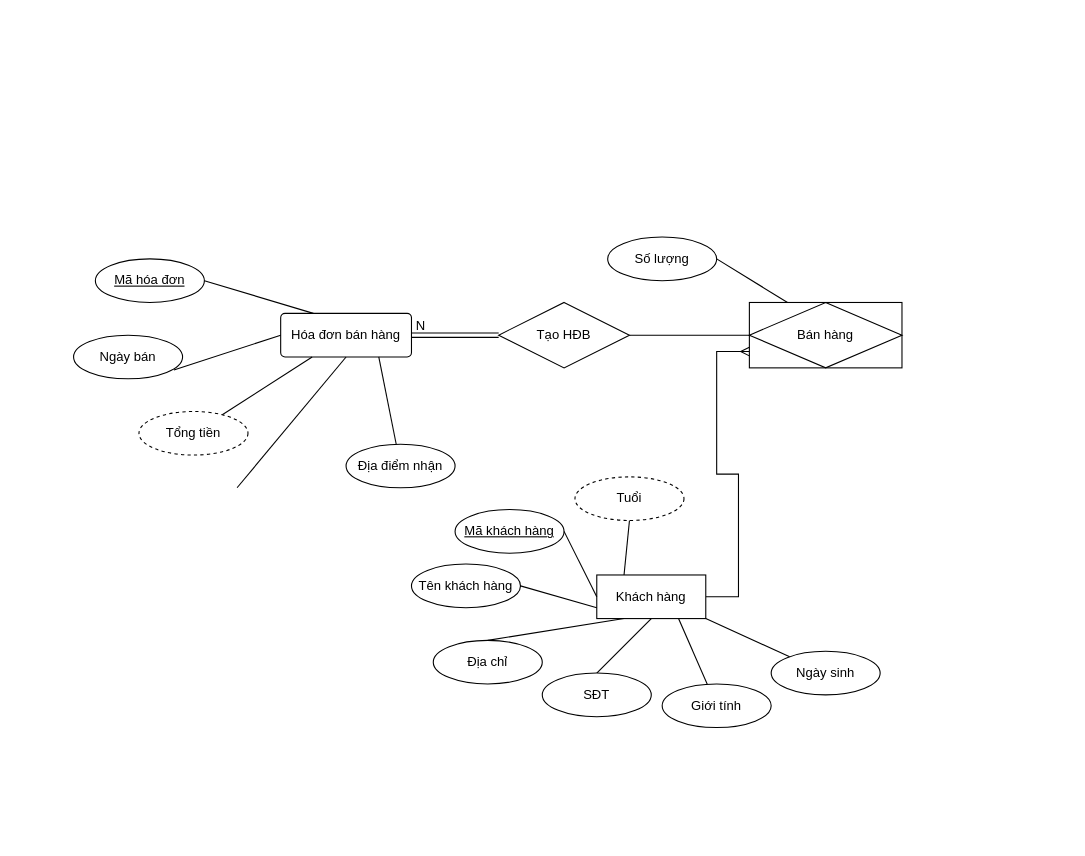
Before: Diagram1.drawio in Senorita1610/67, a draw.io diagram. Source tidied: cells renumbered, new cells numbered last; positions are measured from the earlier drawing's top-left corner, leaving out a move shared by most shapes. Both pictures are drawn from the tidied source at 109%, with x=0, y=0 at pixel (73, 237).
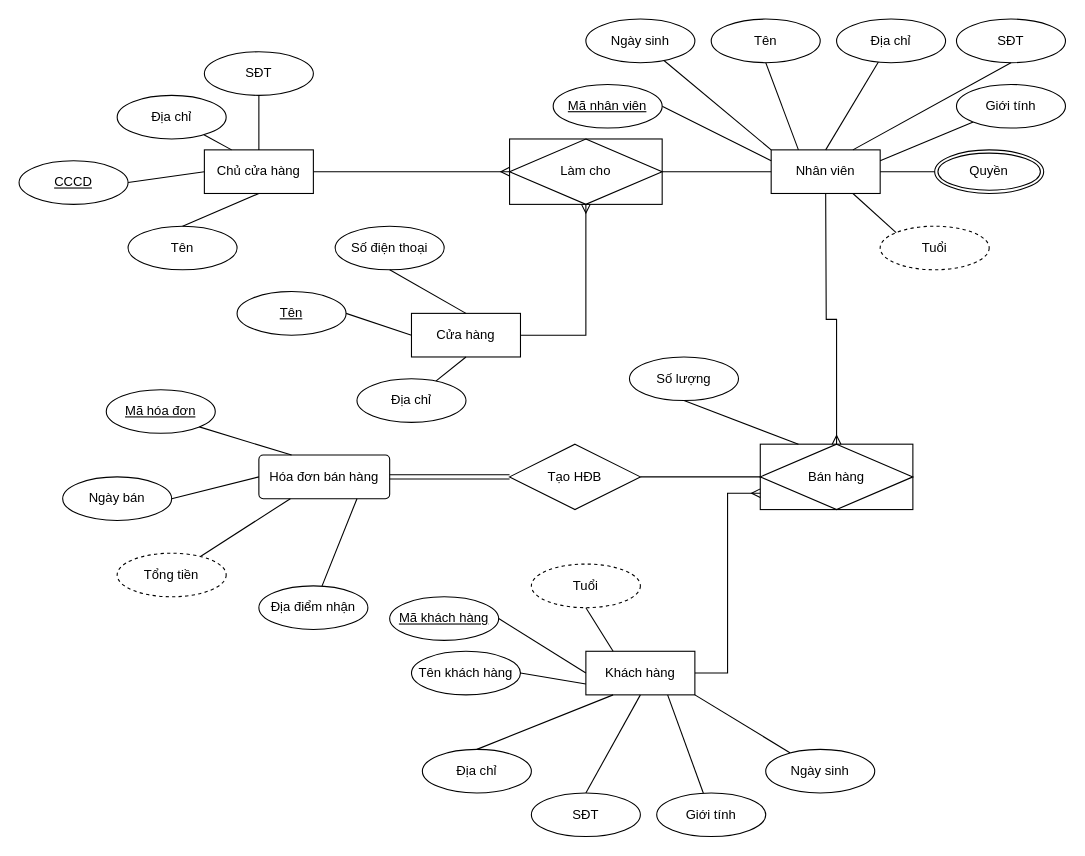
The same page after the edit.

Diff of the diagram source:
```diff
@@
     <mxCell id="2" value="Hóa đơn bán hàng" style="rounded=1;arcSize=10;whiteSpace=wrap;html=1;align=center;shadow=0;" parent="1" vertex="1">
-      <mxGeometry x="190" y="70" width="120" height="40" as="geometry" />
+      <mxGeometry x="170" y="200" width="120" height="40" as="geometry" />
     </mxCell>
     <mxCell id="3" value="Bán hàng" style="shape=associativeEntity;whiteSpace=wrap;html=1;align=center;" parent="1" vertex="1">
-      <mxGeometry x="620" y="60" width="140" height="60" as="geometry" />
+      <mxGeometry x="630" y="190" width="140" height="60" as="geometry" />
     </mxCell>
     <mxCell id="4" value="Tạo HĐB" style="shape=rhombus;perimeter=rhombusPerimeter;whiteSpace=wrap;html=1;align=center;" parent="1" vertex="1">
-      <mxGeometry x="390" y="60" width="120" height="60" as="geometry" />
+      <mxGeometry x="400" y="190" width="120" height="60" as="geometry" />
     </mxCell>
-    <mxCell id="5" style="shape=link;html=1;rounded=0;exitX=0;exitY=0.5;exitDx=0;exitDy=0;" parent="1" edge="1" source="4">
-      <mxGeometry relative="1" as="geometry">
-        <mxPoint x="310" y="90" as="targetPoint" />
-      </mxGeometry>
+    <mxCell id="5" style="shape=link;html=1;rounded=0;exitX=0;exitY=0.5;exitDx=0;exitDy=0;entryX=1;entryY=0.5;entryDx=0;entryDy=0;" parent="1" edge="1" source="4" target="2">
+      <mxGeometry relative="1" as="geometry" />
     </mxCell>
-    <mxCell id="6" value="N" style="html=1;align=right;verticalAlign=bottom;" parent="5" vertex="1">
-      <mxGeometry x="1" relative="1" as="geometry">
-        <mxPoint x="13" as="offset" />
-      </mxGeometry>
-    </mxCell>
@@
     <mxCell id="9" value="Địa điểm nhận" style="ellipse;whiteSpace=wrap;html=1;align=center;shadow=0;" parent="1" vertex="1">
-      <mxGeometry x="250" y="190" width="100" height="40" as="geometry" />
+      <mxGeometry x="170" y="320" width="100" height="40" as="geometry" />
     </mxCell>
@@
     <mxCell id="11" value="Tổng tiền" style="ellipse;whiteSpace=wrap;html=1;align=center;dashed=1;shadow=0;" parent="1" vertex="1">
-      <mxGeometry x="60" y="160" width="100" height="40" as="geometry" />
+      <mxGeometry x="40" y="290" width="100" height="40" as="geometry" />
     </mxCell>
-    <mxCell id="12" style="endArrow=none;html=1;rounded=0;entryX=0.5;entryY=1;entryDx=0;entryDy=0;" parent="1" edge="1" target="2">
-      <mxGeometry relative="1" as="geometry">
-        <mxPoint x="150" y="230" as="sourcePoint" />
-      </mxGeometry>
-    </mxCell>
     <mxCell id="13" value="Ngày bán" style="ellipse;whiteSpace=wrap;html=1;align=center;shadow=0;" parent="1" vertex="1">
-      <mxGeometry y="90" width="100" height="40" as="geometry" />
+      <mxGeometry x="-10" y="220" width="100" height="40" as="geometry" />
     </mxCell>
-    <mxCell id="14" style="endArrow=none;html=1;rounded=0;exitX=0.92;exitY=0.8;exitDx=0;exitDy=0;exitPerimeter=0;entryX=0;entryY=0.5;entryDx=0;entryDy=0;" parent="1" edge="1" source="13" target="2">
+    <mxCell id="14" style="endArrow=none;html=1;rounded=0;exitX=1;exitY=0.5;exitDx=0;exitDy=0;entryX=0;entryY=0.5;entryDx=0;entryDy=0;" parent="1" edge="1" source="13" target="2">
       <mxGeometry relative="1" as="geometry" />
     </mxCell>
     <mxCell id="15" value="Mã hóa đơn" style="ellipse;whiteSpace=wrap;html=1;align=center;fontStyle=4;shadow=0;" parent="1" vertex="1">
-      <mxGeometry x="20" y="20" width="100" height="40" as="geometry" />
+      <mxGeometry x="30" y="140" width="100" height="40" as="geometry" />
     </mxCell>
-    <mxCell id="16" style="endArrow=none;html=1;rounded=0;entryX=0.25;entryY=0;entryDx=0;entryDy=0;exitX=1;exitY=0.5;exitDx=0;exitDy=0;" parent="1" edge="1" source="15" target="2">
+    <mxCell id="16" style="endArrow=none;html=1;rounded=0;entryX=0.25;entryY=0;entryDx=0;entryDy=0;exitX=1;exitY=1;exitDx=0;exitDy=0;" parent="1" edge="1" source="15" target="2">
       <mxGeometry relative="1" as="geometry" />
     </mxCell>
@@
     <mxCell id="18" value="Khách hàng" style="whiteSpace=wrap;html=1;align=center;shadow=0;" parent="1" vertex="1">
-      <mxGeometry x="480" y="310" width="100" height="40" as="geometry" />
+      <mxGeometry x="470" y="380" width="100" height="40" as="geometry" />
     </mxCell>
-    <mxCell id="19" style="endArrow=none;html=1;rounded=0;strokeColor=default;entryX=0.25;entryY=0;entryDx=0;entryDy=0;exitX=1;exitY=0.5;exitDx=0;exitDy=0;" parent="1" edge="1" source="20" target="3">
+    <mxCell id="19" style="endArrow=none;html=1;rounded=0;strokeColor=default;entryX=0.25;entryY=0;entryDx=0;entryDy=0;exitX=0.5;exitY=1;exitDx=0;exitDy=0;" parent="1" edge="1" source="20" target="3">
       <mxGeometry relative="1" as="geometry" />
     </mxCell>
     <mxCell id="20" value="Số lượng" style="ellipse;whiteSpace=wrap;html=1;align=center;shadow=0;" parent="1" vertex="1">
-      <mxGeometry x="490" width="100" height="40" as="geometry" />
+      <mxGeometry x="510" y="110" width="100" height="40" as="geometry" />
     </mxCell>
     <mxCell id="21" value="Tuổi" style="ellipse;whiteSpace=wrap;html=1;align=center;dashed=1;shadow=0;" parent="1" vertex="1">
-      <mxGeometry x="460" y="220" width="100" height="40" as="geometry" />
+      <mxGeometry x="420" y="300" width="100" height="40" as="geometry" />
     </mxCell>
@@
     <mxCell id="23" value="Mã khách hàng" style="ellipse;whiteSpace=wrap;html=1;align=center;fontStyle=4;shadow=0;" parent="1" vertex="1">
-      <mxGeometry x="350" y="250" width="100" height="40" as="geometry" />
+      <mxGeometry x="290" y="330" width="100" height="40" as="geometry" />
     </mxCell>
@@
     <mxCell id="25" value="Tên khách hàng" style="ellipse;whiteSpace=wrap;html=1;align=center;shadow=0;" parent="1" vertex="1">
-      <mxGeometry x="310" y="300" width="100" height="40" as="geometry" />
+      <mxGeometry x="310" y="380" width="100" height="40" as="geometry" />
     </mxCell>
@@
     <mxCell id="27" value="Địa chỉ" style="ellipse;whiteSpace=wrap;html=1;align=center;shadow=0;" parent="1" vertex="1">
-      <mxGeometry x="330" y="370" width="100" height="40" as="geometry" />
+      <mxGeometry x="320" y="470" width="100" height="40" as="geometry" />
     </mxCell>
@@
     <mxCell id="30" value="SĐT" style="ellipse;whiteSpace=wrap;html=1;align=center;shadow=0;" parent="1" vertex="1">
-      <mxGeometry x="430" y="400" width="100" height="40" as="geometry" />
+      <mxGeometry x="420" y="510" width="100" height="40" as="geometry" />
     </mxCell>
@@
     <mxCell id="32" value="Giới tính" style="ellipse;whiteSpace=wrap;html=1;align=center;shadow=0;" parent="1" vertex="1">
-      <mxGeometry x="540" y="410" width="100" height="40" as="geometry" />
+      <mxGeometry x="535" y="510" width="100" height="40" as="geometry" />
     </mxCell>
@@
     <mxCell id="34" value="Ngày sinh" style="ellipse;whiteSpace=wrap;html=1;align=center;shadow=0;direction=west;" parent="1" vertex="1">
-      <mxGeometry x="640" y="380" width="100" height="40" as="geometry" />
+      <mxGeometry x="635" y="470" width="100" height="40" as="geometry" />
     </mxCell>
+    <mxCell id="35" style="edgeStyle=orthogonalEdgeStyle;fontSize=12;html=1;endArrow=ERmany;rounded=0;elbow=vertical;entryX=0.5;entryY=0;entryDx=0;entryDy=0;" parent="1" edge="1" target="3">
+      <mxGeometry relative="1" as="geometry">
+        <mxPoint x="690" y="-40" as="sourcePoint" />
+      </mxGeometry>
+    </mxCell>
+    <mxCell id="36" value="Nhân viên" style="whiteSpace=wrap;html=1;align=center;" parent="1" vertex="1">
+      <mxGeometry x="640" y="-80" width="100" height="40" as="geometry" />
+    </mxCell>
+    <mxCell id="37" value="Tuổi" style="ellipse;whiteSpace=wrap;html=1;align=center;dashed=1;" parent="1" vertex="1">
+      <mxGeometry x="740" y="-10" width="100" height="40" as="geometry" />
+    </mxCell>
+    <mxCell id="38" value="Quyền" style="ellipse;shape=doubleEllipse;margin=3;whiteSpace=wrap;html=1;align=center;" parent="1" vertex="1">
+      <mxGeometry x="790" y="-80" width="100" height="40" as="geometry" />
+    </mxCell>
+    <mxCell id="39" style="endArrow=none;html=1;rounded=0;elbow=vertical;exitX=0.75;exitY=1;exitDx=0;exitDy=0;entryX=0;entryY=0;entryDx=0;entryDy=0;" parent="1" edge="1" source="36" target="37">
+      <mxGeometry relative="1" as="geometry" />
+    </mxCell>
+    <mxCell id="40" style="endArrow=none;html=1;rounded=0;elbow=vertical;exitX=1;exitY=0.5;exitDx=0;exitDy=0;" parent="1" edge="1" source="36" target="38">
+      <mxGeometry relative="1" as="geometry" />
+    </mxCell>
+    <mxCell id="41" style="endArrow=none;html=1;rounded=0;elbow=vertical;exitX=1;exitY=0.25;exitDx=0;exitDy=0;" parent="1" edge="1" source="36" target="42">
+      <mxGeometry relative="1" as="geometry" />
+    </mxCell>
+    <mxCell id="42" value="Giới tính" style="ellipse;whiteSpace=wrap;html=1;align=center;" parent="1" vertex="1">
+      <mxGeometry x="810" y="-140" width="100" height="40" as="geometry" />
+    </mxCell>
+    <mxCell id="43" value="SĐT" style="ellipse;whiteSpace=wrap;html=1;align=center;" parent="1" vertex="1">
+      <mxGeometry x="810" y="-200" width="100" height="40" as="geometry" />
+    </mxCell>
+    <mxCell id="44" style="endArrow=none;html=1;rounded=0;elbow=vertical;exitX=0.75;exitY=0;exitDx=0;exitDy=0;entryX=0.5;entryY=1;entryDx=0;entryDy=0;" parent="1" edge="1" source="36" target="43">
+      <mxGeometry relative="1" as="geometry" />
+    </mxCell>
+    <mxCell id="45" style="endArrow=none;html=1;rounded=0;elbow=vertical;exitX=0.5;exitY=0;exitDx=0;exitDy=0;" parent="1" edge="1" source="36" target="46">
+      <mxGeometry relative="1" as="geometry" />
+    </mxCell>
+    <mxCell id="46" value="Địa chỉ" style="ellipse;whiteSpace=wrap;html=1;align=center;" parent="1" vertex="1">
+      <mxGeometry x="700" y="-200" width="100" height="40" as="geometry" />
+    </mxCell>
+    <mxCell id="47" value="Tên" style="ellipse;whiteSpace=wrap;html=1;align=center;" parent="1" vertex="1">
+      <mxGeometry x="585" y="-200" width="100" height="40" as="geometry" />
+    </mxCell>
+    <mxCell id="48" style="endArrow=none;html=1;rounded=0;elbow=vertical;exitX=0.5;exitY=1;exitDx=0;exitDy=0;entryX=0.25;entryY=0;entryDx=0;entryDy=0;" parent="1" edge="1" source="47" target="36">
+      <mxGeometry relative="1" as="geometry" />
+    </mxCell>
+    <mxCell id="49" style="endArrow=none;html=1;rounded=0;elbow=vertical;exitX=0;exitY=0;exitDx=0;exitDy=0;" parent="1" edge="1" source="36" target="50">
+      <mxGeometry relative="1" as="geometry" />
+    </mxCell>
+    <mxCell id="50" value="Ngày sinh" style="ellipse;whiteSpace=wrap;html=1;align=center;" parent="1" vertex="1">
+      <mxGeometry x="470" y="-200" width="100" height="40" as="geometry" />
+    </mxCell>
+    <mxCell id="51" style="endArrow=none;html=1;rounded=0;elbow=vertical;exitX=0;exitY=0.25;exitDx=0;exitDy=0;entryX=1;entryY=0.5;entryDx=0;entryDy=0;" parent="1" edge="1" source="36" target="52">
+      <mxGeometry relative="1" as="geometry" />
+    </mxCell>
+    <mxCell id="52" value="Mã nhân viên" style="ellipse;whiteSpace=wrap;html=1;align=center;fontStyle=4;" parent="1" vertex="1">
+      <mxGeometry x="440" y="-140" width="100" height="40" as="geometry" />
+    </mxCell>
+    <mxCell id="53" value="Làm cho" style="shape=associativeEntity;whiteSpace=wrap;html=1;align=center;" parent="1" vertex="1">
+      <mxGeometry x="400" y="-90" width="140" height="60" as="geometry" />
+    </mxCell>
+    <mxCell id="54" style="endArrow=none;html=1;rounded=0;elbow=vertical;exitX=1;exitY=0.5;exitDx=0;exitDy=0;entryX=0;entryY=0.5;entryDx=0;entryDy=0;" parent="1" edge="1" source="53" target="36">
+      <mxGeometry relative="1" as="geometry" />
+    </mxCell>
+    <mxCell id="55" style="edgeStyle=orthogonalEdgeStyle;fontSize=12;html=1;endArrow=ERmany;rounded=0;elbow=vertical;entryX=0.5;entryY=1;entryDx=0;entryDy=0;exitX=1;exitY=0.5;exitDx=0;exitDy=0;" parent="1" edge="1" source="56" target="53">
+      <mxGeometry relative="1" as="geometry" />
+    </mxCell>
+    <mxCell id="56" value="Cửa hàng" style="whiteSpace=wrap;html=1;align=center;" parent="1" vertex="1">
+      <mxGeometry x="310" y="70" width="100" height="40" as="geometry" />
+    </mxCell>
+    <mxCell id="57" value="Số điện thoại" style="ellipse;whiteSpace=wrap;html=1;align=center;" parent="1" vertex="1">
+      <mxGeometry x="240" y="-10" width="100" height="40" as="geometry" />
+    </mxCell>
+    <mxCell id="58" value="Tên" style="ellipse;whiteSpace=wrap;html=1;align=center;fontStyle=4;" parent="1" vertex="1">
+      <mxGeometry x="150" y="50" width="100" height="40" as="geometry" />
+    </mxCell>
+    <mxCell id="59" style="endArrow=none;html=1;rounded=0;elbow=vertical;exitX=0.5;exitY=1;exitDx=0;exitDy=0;entryX=0.5;entryY=0;entryDx=0;entryDy=0;" parent="1" edge="1" source="57" target="56">
+      <mxGeometry relative="1" as="geometry" />
+    </mxCell>
+    <mxCell id="60" style="endArrow=none;html=1;rounded=0;elbow=vertical;exitX=1;exitY=0.5;exitDx=0;exitDy=0;entryX=0;entryY=0.5;entryDx=0;entryDy=0;" parent="1" edge="1" source="58" target="56">
+      <mxGeometry relative="1" as="geometry" />
+    </mxCell>
+    <mxCell id="61" style="endArrow=none;html=1;rounded=0;elbow=vertical;exitX=0.5;exitY=1;exitDx=0;exitDy=0;" parent="1" edge="1" source="56" target="62">
+      <mxGeometry relative="1" as="geometry" />
+    </mxCell>
+    <mxCell id="62" value="Địa chỉ" style="ellipse;whiteSpace=wrap;html=1;align=center;" parent="1" vertex="1">
+      <mxGeometry x="260" y="130" width="100" height="40" as="geometry" />
+    </mxCell>
+    <mxCell id="63" style="edgeStyle=entityRelationEdgeStyle;fontSize=12;html=1;endArrow=ERmany;rounded=0;elbow=vertical;entryX=0;entryY=0.5;entryDx=0;entryDy=0;exitX=1;exitY=0.5;exitDx=0;exitDy=0;" parent="1" edge="1" source="64" target="53">
+      <mxGeometry relative="1" as="geometry" />
+    </mxCell>
+    <mxCell id="64" value="Chủ cửa hàng" style="whiteSpace=wrap;html=1;align=center;" parent="1" vertex="1">
+      <mxGeometry x="120" y="-80" width="100" height="40" as="geometry" />
+    </mxCell>
+    <mxCell id="65" value="Tên" style="ellipse;whiteSpace=wrap;html=1;align=center;" parent="1" vertex="1">
+      <mxGeometry x="50" y="-10" width="100" height="40" as="geometry" />
+    </mxCell>
+    <mxCell id="66" style="endArrow=none;html=1;rounded=0;elbow=vertical;exitX=0.5;exitY=0;exitDx=0;exitDy=0;entryX=0.5;entryY=1;entryDx=0;entryDy=0;" parent="1" edge="1" source="65" target="64">
+      <mxGeometry relative="1" as="geometry" />
+    </mxCell>
+    <mxCell id="67" value="SĐT" style="ellipse;whiteSpace=wrap;html=1;align=center;" parent="1" vertex="1">
+      <mxGeometry x="120" y="-170" width="100" height="40" as="geometry" />
+    </mxCell>
+    <mxCell id="68" style="endArrow=none;html=1;rounded=0;elbow=vertical;exitX=0.5;exitY=1;exitDx=0;exitDy=0;entryX=0.5;entryY=0;entryDx=0;entryDy=0;" parent="1" edge="1" source="67" target="64">
+      <mxGeometry relative="1" as="geometry" />
+    </mxCell>
+    <mxCell id="69" style="endArrow=none;html=1;rounded=0;elbow=vertical;exitX=0.25;exitY=0;exitDx=0;exitDy=0;" parent="1" edge="1" source="64" target="70">
+      <mxGeometry relative="1" as="geometry" />
+    </mxCell>
+    <mxCell id="70" value="Địa chỉ" style="ellipse;whiteSpace=wrap;html=1;align=center;" parent="1" vertex="1">
+      <mxGeometry x="40" y="-130" width="100" height="40" as="geometry" />
+    </mxCell>
+    <mxCell id="71" style="endArrow=none;html=1;rounded=0;elbow=vertical;exitX=0;exitY=0.5;exitDx=0;exitDy=0;entryX=1;entryY=0.5;entryDx=0;entryDy=0;" parent="1" edge="1" source="64" target="72">
+      <mxGeometry relative="1" as="geometry" />
+    </mxCell>
+    <mxCell id="72" value="CCCD" style="ellipse;whiteSpace=wrap;html=1;align=center;fontStyle=4;" parent="1" vertex="1">
+      <mxGeometry x="-50" y="-70" width="100" height="40" as="geometry" />
+    </mxCell>
```
